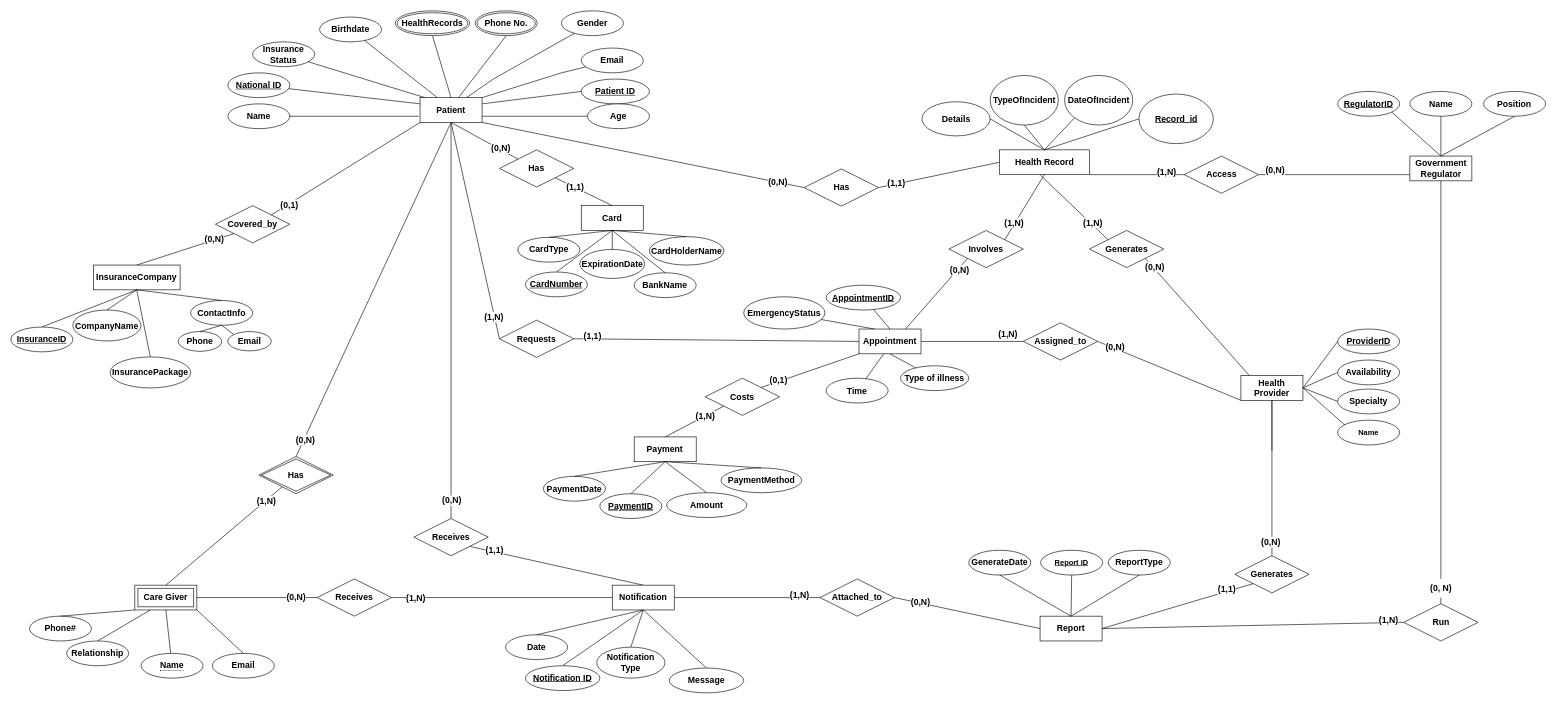
Earlier version of the draw.io diagram ERD.drawio (MohamedMostafa259/Health-Information-Network). Source tidied: cells renumbered, new cells numbered last; positions are measured from the earlier drawing's top-left corner, leaving out a move shared by most shapes. Both pictures are drawn from the tidied source at 62%, with x=0, y=0 at pixel (11, 11).
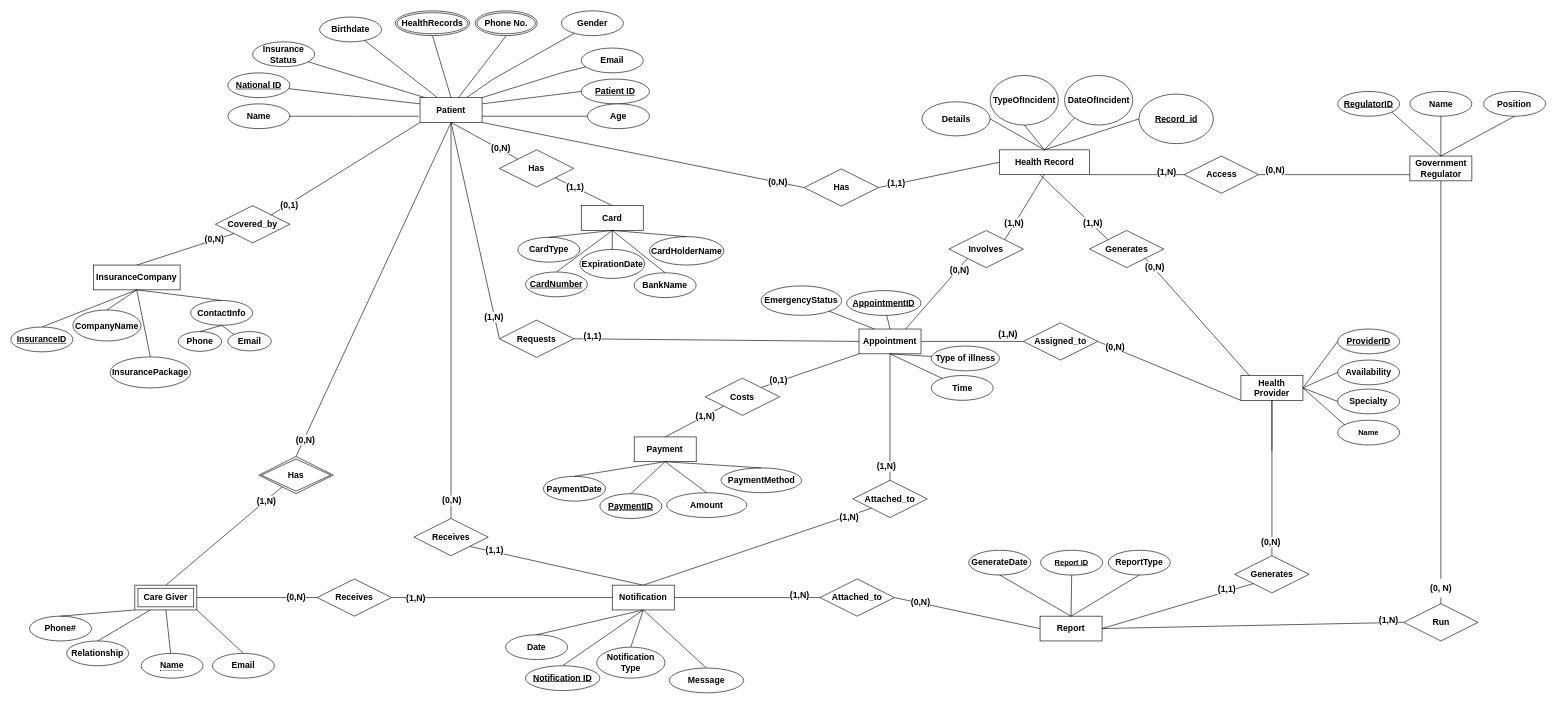
After the change.

The change refers to these unchanged cells:
```xml
<mxCell id="16" value="&lt;span style=&quot;font-size: 14px;&quot;&gt;Appointment&lt;/span&gt;" style="whiteSpace=wrap;html=1;align=center;fontSize=14;fontStyle=1;" parent="1" vertex="1">
  <mxGeometry x="1368" y="513.2" width="100" height="40" as="geometry" />
</mxCell>
<mxCell id="158" value="&lt;span style=&quot;font-size: 14px;&quot;&gt;Notification&lt;/span&gt;" style="whiteSpace=wrap;html=1;align=center;fontSize=14;fontStyle=1;" parent="1" vertex="1">
  <mxGeometry x="970" y="926.3" width="100" height="40" as="geometry" />
</mxCell>
```

Diff of the diagram source:
```diff
@@
     <mxCell id="35" value="&lt;span style=&quot;font-size: 14px;&quot;&gt;&lt;font style=&quot;font-size: 14px;&quot;&gt;&lt;u style=&quot;font-size: 14px;&quot;&gt;AppointmentID&lt;/u&gt;&lt;/font&gt;&lt;/span&gt;" style="ellipse;whiteSpace=wrap;html=1;align=center;fontStyle=1;fontSize=14;" parent="1" vertex="1">
-      <mxGeometry x="1315" y="442.5" width="120" height="40" as="geometry" />
+      <mxGeometry x="1348" y="451.2" width="120" height="40" as="geometry" />
     </mxCell>
@@
     <mxCell id="37" value="&lt;span style=&quot;font-size: 14px;&quot;&gt;&lt;span style=&quot;font-size: 14px;&quot;&gt;Time&lt;/span&gt;&lt;/span&gt;" style="ellipse;whiteSpace=wrap;html=1;align=center;fontStyle=1;fontSize=14;" parent="1" vertex="1">
-      <mxGeometry x="1315" y="592.5" width="100" height="40" as="geometry" />
+      <mxGeometry x="1484.5" y="588.2" width="100" height="40" as="geometry" />
     </mxCell>
-    <mxCell id="38" style="endArrow=none;html=1;rounded=0;exitX=0.4;exitY=1;exitDx=0;exitDy=0;exitPerimeter=0;fontStyle=1;fontSize=14;" parent="1" edge="1" source="16" target="37">
+    <mxCell id="38" style="endArrow=none;html=1;rounded=0;fontStyle=1;fontSize=14;exitX=0.5;exitY=1;exitDx=0;exitDy=0;" parent="1" edge="1" source="16" target="37">
       <mxGeometry relative="1" as="geometry" />
     </mxCell>
     <mxCell id="39" value="&lt;span style=&quot;font-size: 14px;&quot;&gt;&lt;font style=&quot;font-size: 14px;&quot;&gt;Type of illness&lt;/font&gt;&lt;/span&gt;" style="ellipse;whiteSpace=wrap;html=1;align=center;fontStyle=1;fontSize=14;" parent="1" vertex="1">
-      <mxGeometry x="1435" y="572.5" width="110" height="40" as="geometry" />
+      <mxGeometry x="1484.5" y="540.6" width="110" height="40" as="geometry" />
     </mxCell>
@@
     <mxCell id="41" value="EmergencyStatus" style="ellipse;whiteSpace=wrap;html=1;align=center;fontStyle=1;fontSize=14;" parent="1" vertex="1">
-      <mxGeometry x="1182" y="461.2" width="131" height="52" as="geometry" />
+      <mxGeometry x="1210" y="443.6" width="130" height="47.5" as="geometry" />
     </mxCell>
@@
+    <mxCell id="193" value="&lt;b&gt;&lt;font style=&quot;font-size: 14px;&quot;&gt;Attached_to&lt;/font&gt;&lt;/b&gt;" style="shape=rhombus;perimeter=rhombusPerimeter;whiteSpace=wrap;html=1;align=center;" parent="1" vertex="1">
+      <mxGeometry x="1358" y="757.2" width="120" height="60" as="geometry" />
+    </mxCell>
+    <mxCell id="194" style="endArrow=none;html=1;rounded=0;fontStyle=1;fontSize=14;exitX=0.5;exitY=1;exitDx=0;exitDy=0;entryX=0.5;entryY=0;entryDx=0;entryDy=0;" parent="1" edge="1" source="16" target="193">
+      <mxGeometry relative="1" as="geometry" />
+    </mxCell>
+    <mxCell id="195" value="&lt;strong style=&quot;font-size: 14px;&quot;&gt;(1,N)&lt;/strong&gt;" style="edgeLabel;html=1;align=center;verticalAlign=middle;fontStyle=1;fontSize=14;" parent="1" vertex="1">
+      <mxGeometry x="1310" y="748.8" as="geometry">
+        <mxPoint x="101" y="-14" as="offset" />
+      </mxGeometry>
+    </mxCell>
+    <mxCell id="196" style="endArrow=none;html=1;rounded=0;fontStyle=1;fontSize=14;exitX=0;exitY=1;exitDx=0;exitDy=0;entryX=0.5;entryY=0;entryDx=0;entryDy=0;" parent="1" edge="1" source="193" target="158">
+      <mxGeometry relative="1" as="geometry" />
+    </mxCell>
+    <mxCell id="197" value="&lt;strong style=&quot;font-size: 14px;&quot;&gt;(1,N)&lt;/strong&gt;" style="edgeLabel;html=1;align=center;verticalAlign=middle;fontStyle=1;fontSize=14;" parent="1" vertex="1">
+      <mxGeometry x="1250" y="830" as="geometry">
+        <mxPoint x="101" y="-14" as="offset" />
+      </mxGeometry>
+    </mxCell>
```
